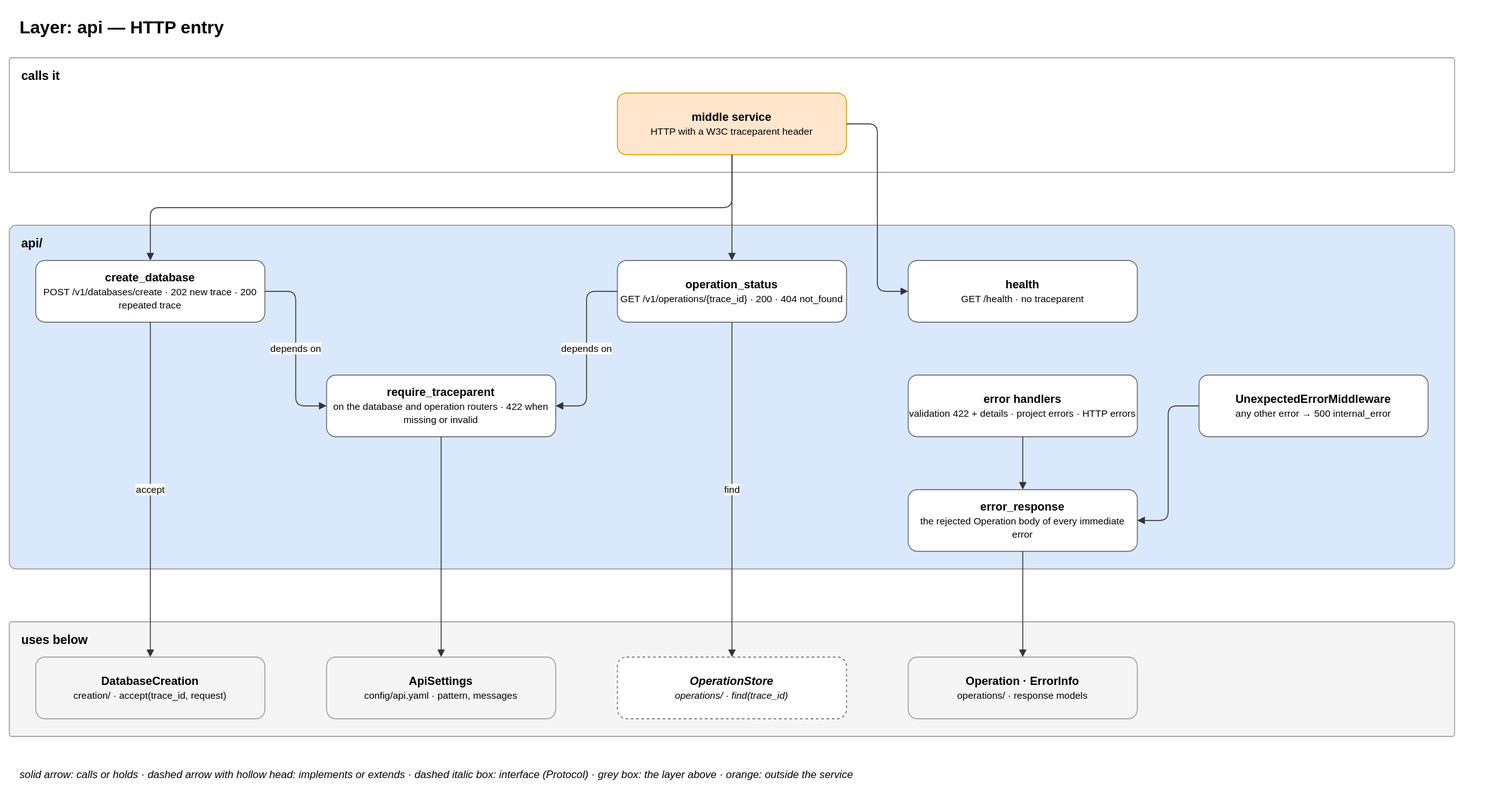
This is docs/diagrams/03-layer-api.drawio.svg from EliShteinman/redis-enterprise-services, a draw.io export, as it was before one commit. Source tidied: cells renumbered, new cells last; positions are measured from the earlier drawing's top-left corner, leaving out a move shared by most shapes.
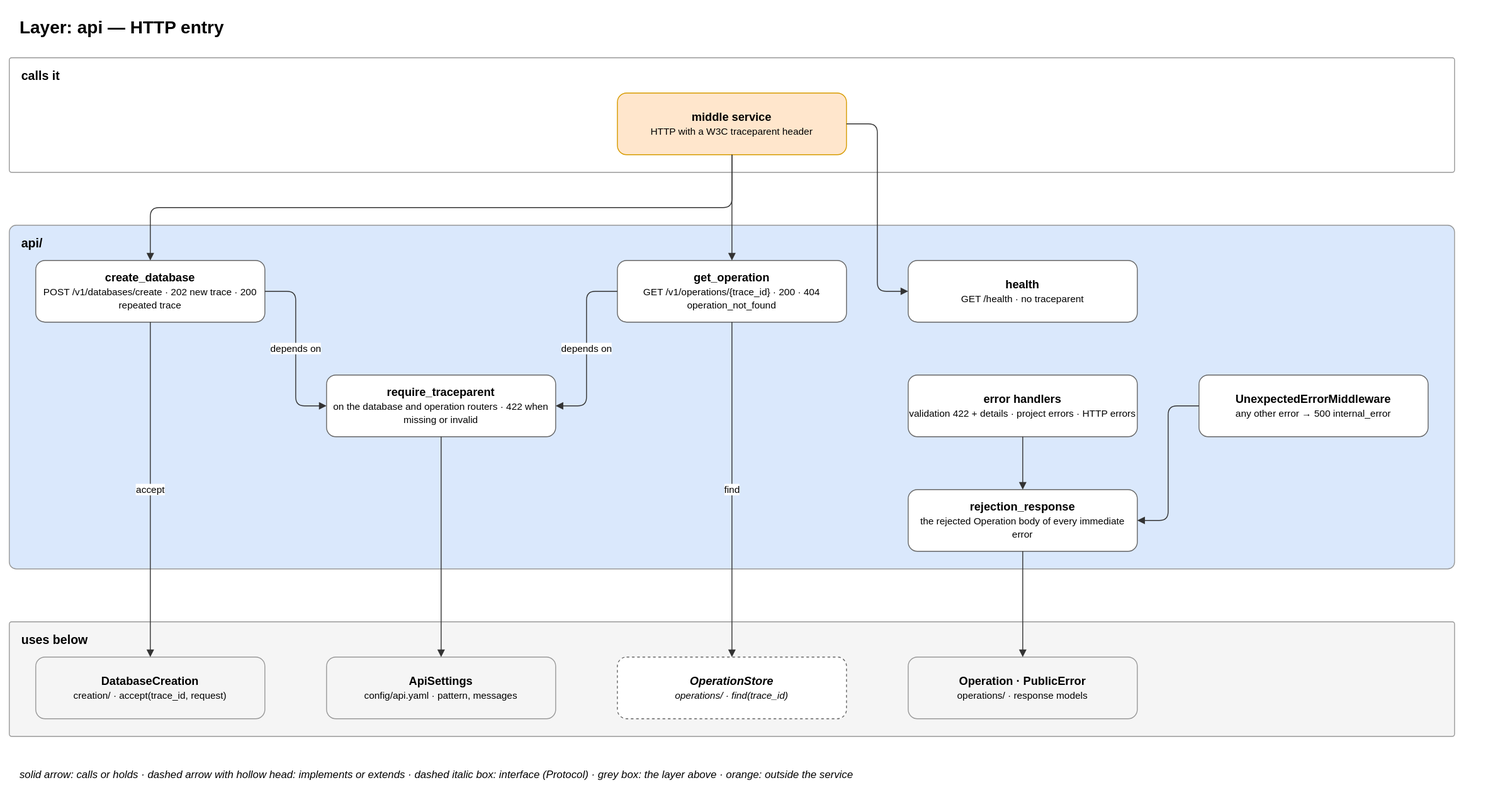
After the change.

Change to the diagram source:
```diff
@@ -17,7 +17,7 @@
     <mxCell id="6" value="&lt;b&gt;create_database&lt;/b&gt;&lt;br&gt;&lt;font style='font-size:11px'&gt;POST /v1/databases/create · 202 new trace · 200 repeated trace&lt;/font&gt;" style="rounded=1;whiteSpace=wrap;html=1;fillColor=#ffffff;strokeColor=#666666;fontSize=13;" parent="1" vertex="1">
       <mxGeometry x="30" y="285" width="260" height="70" as="geometry" />
     </mxCell>
-    <mxCell id="7" value="&lt;b&gt;operation_status&lt;/b&gt;&lt;br&gt;&lt;font style='font-size:11px'&gt;GET /v1/operations/{trace_id} · 200 · 404 not_found&lt;/font&gt;" style="rounded=1;whiteSpace=wrap;html=1;fillColor=#ffffff;strokeColor=#666666;fontSize=13;" parent="1" vertex="1">
+    <mxCell id="7" value="&lt;b&gt;get_operation&lt;/b&gt;&lt;br&gt;&lt;font style='font-size:11px'&gt;GET /v1/operations/{trace_id} · 200 · 404 operation_not_found&lt;/font&gt;" style="rounded=1;whiteSpace=wrap;html=1;fillColor=#ffffff;strokeColor=#666666;fontSize=13;" parent="1" vertex="1">
       <mxGeometry x="690" y="285" width="260" height="70" as="geometry" />
     </mxCell>
     <mxCell id="8" value="&lt;b&gt;health&lt;/b&gt;&lt;br&gt;&lt;font style='font-size:11px'&gt;GET /health · no traceparent&lt;/font&gt;" style="rounded=1;whiteSpace=wrap;html=1;fillColor=#ffffff;strokeColor=#666666;fontSize=13;" parent="1" vertex="1">
@@ -32,7 +32,7 @@
     <mxCell id="11" value="&lt;b&gt;UnexpectedErrorMiddleware&lt;/b&gt;&lt;br&gt;&lt;font style='font-size:11px'&gt;any other error → 500 internal_error&lt;/font&gt;" style="rounded=1;whiteSpace=wrap;html=1;fillColor=#ffffff;strokeColor=#666666;fontSize=13;" parent="1" vertex="1">
       <mxGeometry x="1350" y="415" width="260" height="70" as="geometry" />
     </mxCell>
-    <mxCell id="12" value="&lt;b&gt;error_response&lt;/b&gt;&lt;br&gt;&lt;font style='font-size:11px'&gt;the rejected Operation body of every immediate error&lt;/font&gt;" style="rounded=1;whiteSpace=wrap;html=1;fillColor=#ffffff;strokeColor=#666666;fontSize=13;" parent="1" vertex="1">
+    <mxCell id="12" value="&lt;b&gt;rejection_response&lt;/b&gt;&lt;br&gt;&lt;font style='font-size:11px'&gt;the rejected Operation body of every immediate error&lt;/font&gt;" style="rounded=1;whiteSpace=wrap;html=1;fillColor=#ffffff;strokeColor=#666666;fontSize=13;" parent="1" vertex="1">
       <mxGeometry x="1020" y="545" width="260" height="70" as="geometry" />
     </mxCell>
     <mxCell id="13" value="&lt;b&gt;uses below&lt;/b&gt;" style="rounded=1;arcSize=2;fillColor=#f5f5f5;strokeColor=#999999;verticalAlign=top;align=left;spacingLeft=12;spacingTop=6;html=1;fontSize=14;" parent="1" vertex="1">
@@ -47,7 +47,7 @@
     <mxCell id="16" value="&lt;b&gt;OperationStore&lt;/b&gt;&lt;br&gt;&lt;font style='font-size:11px'&gt;operations/ · find(trace_id)&lt;/font&gt;" style="rounded=1;whiteSpace=wrap;html=1;fillColor=#ffffff;strokeColor=#666666;fontSize=13;dashed=1;fontStyle=2;" parent="1" vertex="1">
       <mxGeometry x="690" y="735" width="260" height="70" as="geometry" />
     </mxCell>
-    <mxCell id="17" value="&lt;b&gt;Operation · ErrorInfo&lt;/b&gt;&lt;br&gt;&lt;font style='font-size:11px'&gt;operations/ · response models&lt;/font&gt;" style="rounded=1;whiteSpace=wrap;html=1;fillColor=#f5f5f5;strokeColor=#999999;fontSize=13;" parent="1" vertex="1">
+    <mxCell id="17" value="&lt;b&gt;Operation · PublicError&lt;/b&gt;&lt;br&gt;&lt;font style='font-size:11px'&gt;operations/ · response models&lt;/font&gt;" style="rounded=1;whiteSpace=wrap;html=1;fillColor=#f5f5f5;strokeColor=#999999;fontSize=13;" parent="1" vertex="1">
       <mxGeometry x="1020" y="735" width="260" height="70" as="geometry" />
     </mxCell>
     <mxCell id="18" style="edgeStyle=orthogonalEdgeStyle;rounded=1;html=1;fontSize=11;labelBackgroundColor=#ffffff;exitX=0.5;exitY=1;entryX=0.5;entryY=0;endArrow=block;strokeColor=#333333;" parent="1" edge="1" source="4" target="6">
```
